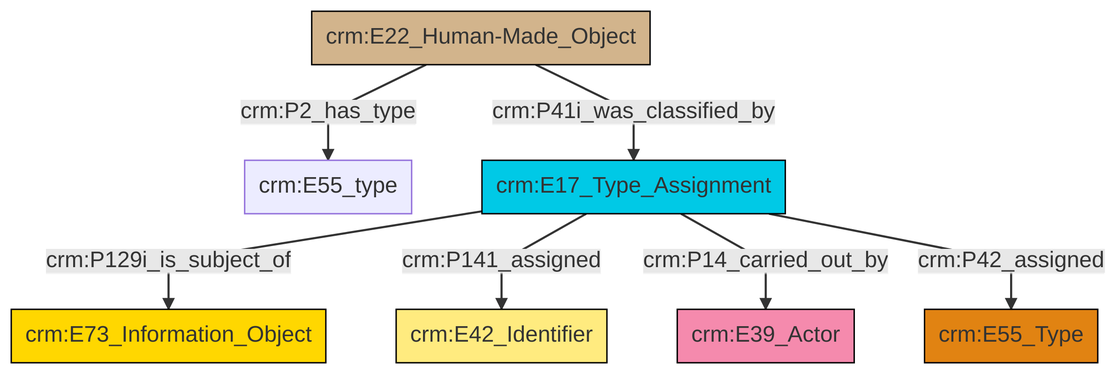
Earlier version of the Mermaid export et/builtWorkCSV/ttl/mmd/png/Built_Work_designation_status.png (swiss-art-research-net/docs.swissartresearch). Its source is kept beside it as et/builtWorkCSV/ttl/mmd/Built_Work_designation_status.ttl.mmd. Its diagram source:
```mermaid
graph TD
classDef Literal fill:#f2f2f2,stroke:#000000;
classDef CRM_Entity fill:#FFFFFF,stroke:#000000;
classDef Temporal_Entity fill:#00C9E6, stroke:#000000;
classDef Type fill:#E18312, stroke:#000000;
classDef Time-Span fill:#2C9C91, stroke:#000000;
classDef Appellation fill:#FFEB7F, stroke:#000000;
classDef Place fill:#008836, stroke:#000000;
classDef Persistent_Item fill:#B266B2, stroke:#000000;
classDef Conceptual_Object fill:#FFD700, stroke:#000000;
classDef Physical_Thing fill:#D2B48C, stroke:#000000;
classDef Actor fill:#f58aad, stroke:#000000;
classDef PC_Classes fill:#4ce600, stroke:#000000;
classDef Multi fill:#cccccc,stroke:#000000;

6["crm:E22_Human-Made_Object"]:::Physical_Thing -->|crm:P41i_was_classified_by| 7["crm:E17_Type_Assignment"]:::Temporal_Entity
6["crm:E22_Human-Made_Object"]:::Physical_Thing -->|crm:P2_has_type| 4["crm:E55_type"]:::Default
7["crm:E17_Type_Assignment"]:::Temporal_Entity -->|crm:P129i_is_subject_of| 0["crm:E73_Information_Object"]:::Conceptual_Object
7["crm:E17_Type_Assignment"]:::Temporal_Entity -->|crm:P141_assigned| 12["crm:E42_Identifier"]:::Appellation
7["crm:E17_Type_Assignment"]:::Temporal_Entity -->|crm:P14_carried_out_by| 8["crm:E39_Actor"]:::Actor
7["crm:E17_Type_Assignment"]:::Temporal_Entity -->|crm:P42_assigned| 2["crm:E55_Type"]:::Type
```
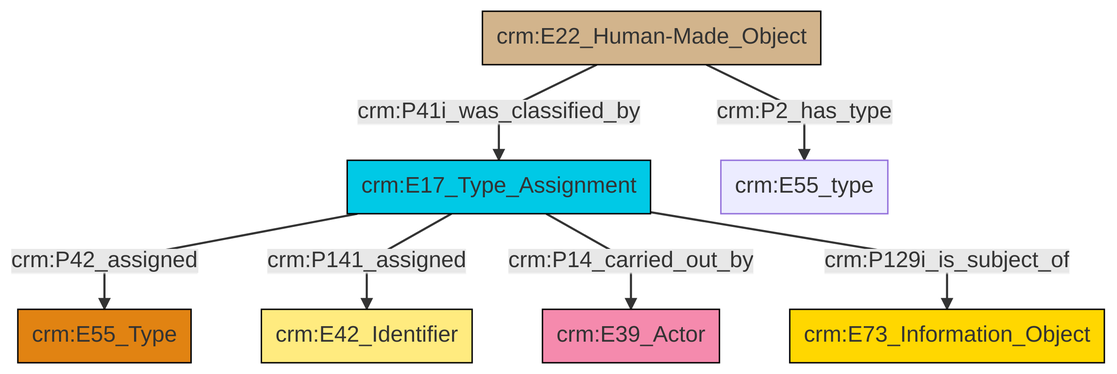
The same file after the commit.

Diff of the diagram source:
```diff
@@ -13,9 +13,9 @@
 classDef PC_Classes fill:#4ce600, stroke:#000000;
 classDef Multi fill:#cccccc,stroke:#000000;
 
-6["crm:E22_Human-Made_Object"]:::Physical_Thing -->|crm:P41i_was_classified_by| 7["crm:E17_Type_Assignment"]:::Temporal_Entity
-6["crm:E22_Human-Made_Object"]:::Physical_Thing -->|crm:P2_has_type| 4["crm:E55_type"]:::Default
-7["crm:E17_Type_Assignment"]:::Temporal_Entity -->|crm:P129i_is_subject_of| 0["crm:E73_Information_Object"]:::Conceptual_Object
-7["crm:E17_Type_Assignment"]:::Temporal_Entity -->|crm:P141_assigned| 12["crm:E42_Identifier"]:::Appellation
-7["crm:E17_Type_Assignment"]:::Temporal_Entity -->|crm:P14_carried_out_by| 8["crm:E39_Actor"]:::Actor
-7["crm:E17_Type_Assignment"]:::Temporal_Entity -->|crm:P42_assigned| 2["crm:E55_Type"]:::Type
+0["crm:E22_Human-Made_Object"]:::Physical_Thing -->|crm:P41i_was_classified_by| 1["crm:E17_Type_Assignment"]:::Temporal_Entity
+0["crm:E22_Human-Made_Object"]:::Physical_Thing -->|crm:P2_has_type| 3["crm:E55_type"]:::Default
+1["crm:E17_Type_Assignment"]:::Temporal_Entity -->|crm:P42_assigned| 4["crm:E55_Type"]:::Type
+1["crm:E17_Type_Assignment"]:::Temporal_Entity -->|crm:P141_assigned| 5["crm:E42_Identifier"]:::Appellation
+1["crm:E17_Type_Assignment"]:::Temporal_Entity -->|crm:P14_carried_out_by| 7["crm:E39_Actor"]:::Actor
+1["crm:E17_Type_Assignment"]:::Temporal_Entity -->|crm:P129i_is_subject_of| 9["crm:E73_Information_Object"]:::Conceptual_Object
```
